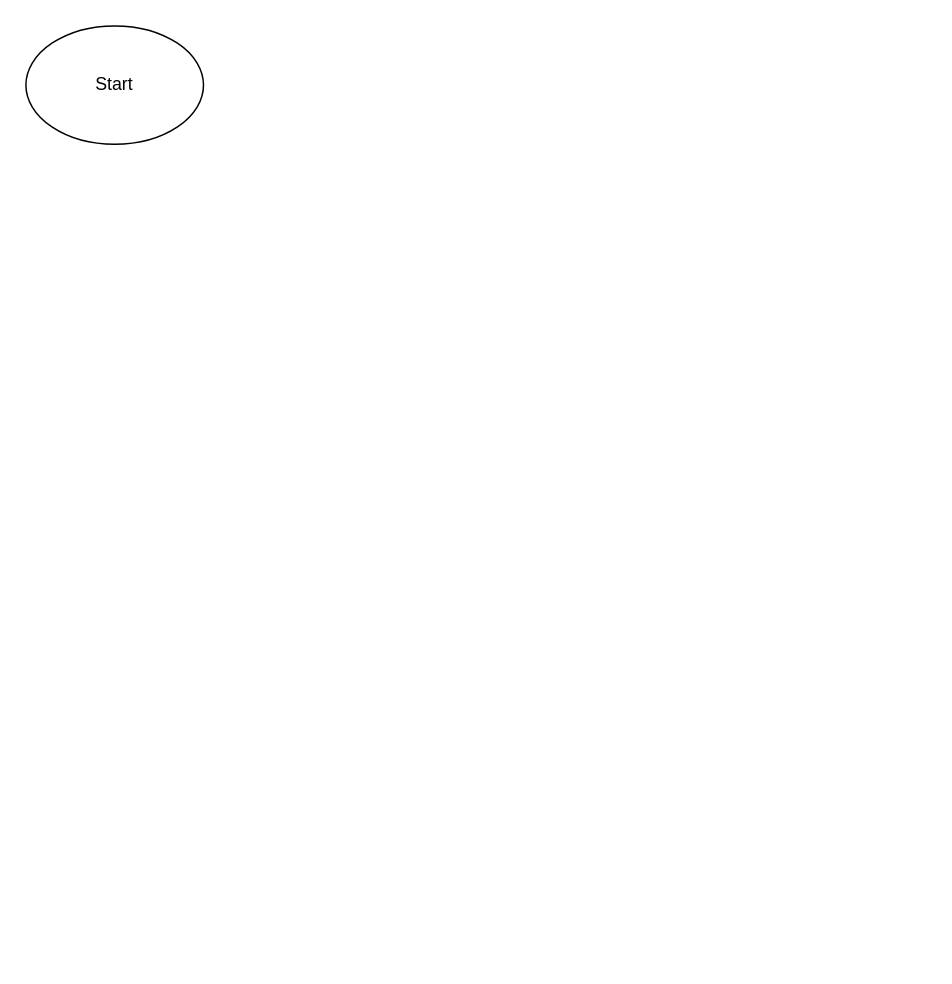
Above: SoftwareDesign.drawio in AveryChiu64/GraphingRobot (draw.io), before the change. Source tidied: cells renumbered, new cells numbered last; positions are measured from the earlier drawing's top-left corner, leaving out a move shared by most shapes. Both pictures are drawn from the tidied source at 148%, with x=0, y=0 at pixel (25, 25).
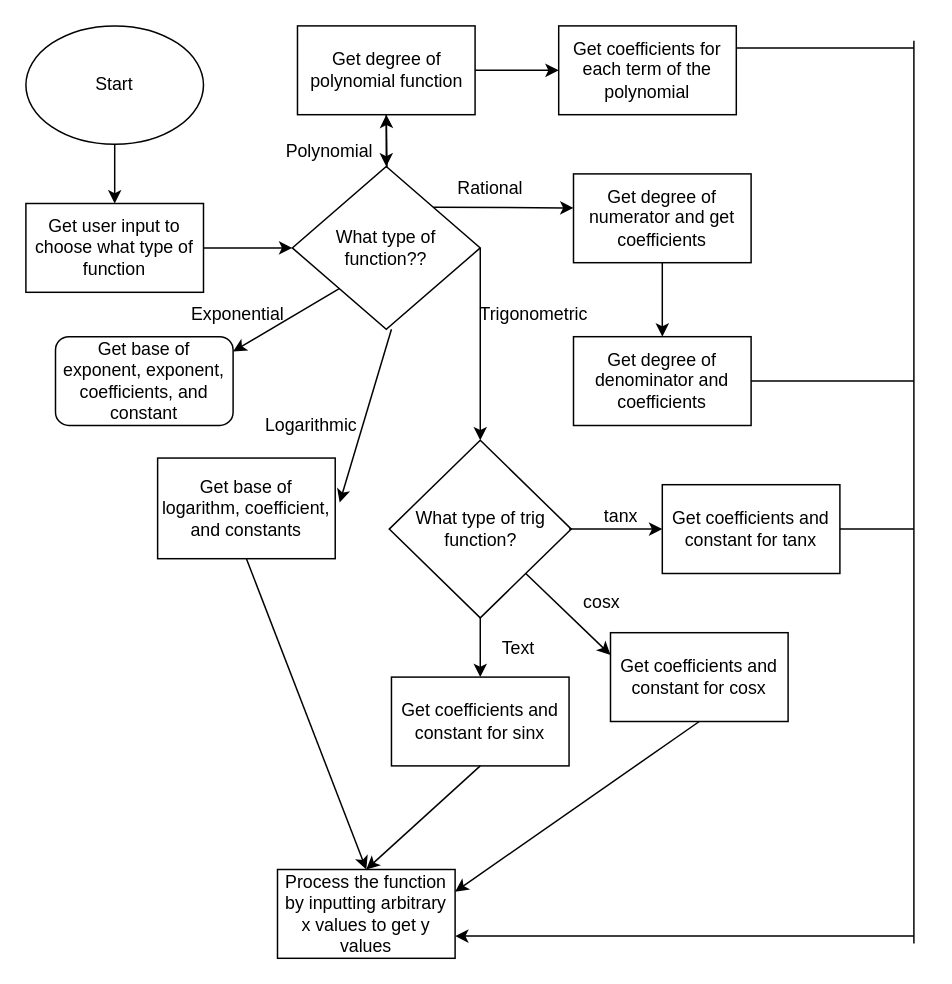
The same page after the edit.

The change refers to these unchanged cells:
```xml
<mxCell id="2" value="Start" style="ellipse;whiteSpace=wrap;html=1;" parent="1" vertex="1">
  <mxGeometry width="120" height="80" as="geometry" />
</mxCell>
```

What changed in the source:
```diff
@@
+    <mxCell id="3" style="endArrow=classic;html=1;exitX=0.5;exitY=1;exitDx=0;exitDy=0;entryX=0.5;entryY=0;entryDx=0;entryDy=0;" parent="1" edge="1" source="2">
+      <mxGeometry relative="1" as="geometry">
+        <mxPoint x="60" y="120" as="targetPoint" />
+      </mxGeometry>
+    </mxCell>
+    <mxCell id="4" value="Get user input to choose what type of function" style="rounded=0;whiteSpace=wrap;html=1;" parent="1" vertex="1">
+      <mxGeometry y="120" width="120" height="60" as="geometry" />
+    </mxCell>
+    <mxCell id="5" value="What type of function??" style="rhombus;whiteSpace=wrap;html=1;" parent="1" vertex="1">
+      <mxGeometry x="180" y="95" width="127" height="110" as="geometry" />
+    </mxCell>
+    <mxCell id="6" style="endArrow=classic;html=1;entryX=0;entryY=0.5;entryDx=0;entryDy=0;" parent="1" edge="1" target="5">
+      <mxGeometry relative="1" as="geometry">
+        <mxPoint x="120" y="150" as="sourcePoint" />
+      </mxGeometry>
+    </mxCell>
+    <mxCell id="7" style="edgeStyle=orthogonalEdgeStyle;rounded=0;jettySize=auto;html=1;" parent="1" edge="1" source="8" target="5">
+      <mxGeometry relative="1" as="geometry" />
+    </mxCell>
+    <mxCell id="8" value="Get degree of polynomial function" style="rounded=0;whiteSpace=wrap;html=1;" parent="1" vertex="1">
+      <mxGeometry x="183.5" width="120" height="60" as="geometry" />
+    </mxCell>
+    <mxCell id="9" style="endArrow=classic;html=1;entryX=0.5;entryY=1;entryDx=0;entryDy=0;" parent="1" edge="1" target="8">
+      <mxGeometry relative="1" as="geometry">
+        <mxPoint x="244" y="96" as="sourcePoint" />
+      </mxGeometry>
+    </mxCell>
+    <mxCell id="10" style="endArrow=classic;html=1;exitX=1;exitY=0;exitDx=0;exitDy=0;" parent="1" edge="1" source="5">
+      <mxGeometry relative="1" as="geometry">
+        <mxPoint x="370" y="123" as="targetPoint" />
+      </mxGeometry>
+    </mxCell>
+    <mxCell id="11" style="endArrow=classic;html=1;exitX=1;exitY=0.5;exitDx=0;exitDy=0;" parent="1" edge="1" source="8">
+      <mxGeometry relative="1" as="geometry">
+        <mxPoint x="360" y="30" as="targetPoint" />
+      </mxGeometry>
+    </mxCell>
+    <mxCell id="12" value="Get coefficients for each term of the polynomial" style="rounded=0;whiteSpace=wrap;html=1;" parent="1" vertex="1">
+      <mxGeometry x="360" width="120" height="60" as="geometry" />
+    </mxCell>
+    <mxCell id="13" value="Polynomial" style="text;html=1;align=left;verticalAlign=top;spacingTop=-4;" parent="1" vertex="1">
+      <mxGeometry x="173.5" y="75" width="70" height="20" as="geometry" />
+    </mxCell>
+    <mxCell id="14" value="Rational" style="text;html=1;align=left;verticalAlign=top;spacingTop=-4;" parent="1" vertex="1">
+      <mxGeometry x="290" y="100" width="60" height="20" as="geometry" />
+    </mxCell>
+    <mxCell id="15" value="Get degree of numerator and get coefficients" style="rounded=0;whiteSpace=wrap;html=1;" parent="1" vertex="1">
+      <mxGeometry x="370" y="100" width="120" height="60" as="geometry" />
+    </mxCell>
+    <mxCell id="16" style="endArrow=classic;html=1;exitX=0.5;exitY=1;exitDx=0;exitDy=0;" parent="1" edge="1" source="15">
+      <mxGeometry relative="1" as="geometry">
+        <mxPoint x="430" y="210" as="targetPoint" />
+      </mxGeometry>
+    </mxCell>
+    <mxCell id="17" value="Get degree of denominator and coefficients" style="rounded=0;whiteSpace=wrap;html=1;" parent="1" vertex="1">
+      <mxGeometry x="370" y="210" width="120" height="60" as="geometry" />
+    </mxCell>
+    <mxCell id="18" style="endArrow=classic;html=1;exitX=1;exitY=0.5;exitDx=0;exitDy=0;" parent="1" edge="1" source="5">
+      <mxGeometry relative="1" as="geometry">
+        <mxPoint x="307" y="280" as="targetPoint" />
+      </mxGeometry>
+    </mxCell>
+    <mxCell id="19" value="Trigonometric" style="text;html=1;align=left;verticalAlign=top;spacingTop=-4;" parent="1" vertex="1">
+      <mxGeometry x="305" y="185" width="90" height="20" as="geometry" />
+    </mxCell>
+    <mxCell id="20" value="What type of trig function?" style="rhombus;whiteSpace=wrap;html=1;" parent="1" vertex="1">
+      <mxGeometry x="245.5" y="280" width="123" height="120" as="geometry" />
+    </mxCell>
+    <mxCell id="21" style="endArrow=classic;html=1;exitX=0.5;exitY=1;exitDx=0;exitDy=0;" parent="1" edge="1" source="20">
+      <mxGeometry relative="1" as="geometry">
+        <mxPoint x="307" y="440" as="targetPoint" />
+      </mxGeometry>
+    </mxCell>
+    <mxCell id="22" value="Get coefficients and constant for sinx" style="rounded=0;whiteSpace=wrap;html=1;" parent="1" vertex="1">
+      <mxGeometry x="247" y="440" width="120" height="60" as="geometry" />
+    </mxCell>
+    <mxCell id="23" value="Get coefficients and constant for cosx" style="rounded=0;whiteSpace=wrap;html=1;" parent="1" vertex="1">
+      <mxGeometry x="395" y="410" width="120" height="60" as="geometry" />
+    </mxCell>
+    <mxCell id="24" value="&lt;span style=&quot;white-space: normal&quot;&gt;Get coefficients and constant for tanx&lt;/span&gt;" style="rounded=0;whiteSpace=wrap;html=1;" parent="1" vertex="1">
+      <mxGeometry x="430" y="310" width="120" height="60" as="geometry" />
+    </mxCell>
+    <mxCell id="25" style="endArrow=classic;html=1;exitX=1;exitY=1;exitDx=0;exitDy=0;entryX=0;entryY=0.25;entryDx=0;entryDy=0;" parent="1" edge="1" source="20" target="23">
+      <mxGeometry relative="1" as="geometry" />
+    </mxCell>
+    <mxCell id="26" style="endArrow=classic;html=1;entryX=0;entryY=0.5;entryDx=0;entryDy=0;" parent="1" edge="1" target="24">
+      <mxGeometry relative="1" as="geometry">
+        <mxPoint x="367" y="340" as="sourcePoint" />
+      </mxGeometry>
+    </mxCell>
+    <mxCell id="27" value="tanx" style="text;html=1;align=left;verticalAlign=top;spacingTop=-4;" parent="1" vertex="1">
+      <mxGeometry x="389" y="322" width="40" height="20" as="geometry" />
+    </mxCell>
+    <mxCell id="28" value="cosx&lt;br&gt;" style="text;html=1;align=left;verticalAlign=top;spacingTop=-4;" parent="1" vertex="1">
+      <mxGeometry x="375" y="380" width="40" height="20" as="geometry" />
+    </mxCell>
+    <mxCell id="29" value="Text" style="text;html=1;align=left;verticalAlign=top;spacingTop=-4;" parent="1" vertex="1">
+      <mxGeometry x="320" y="411" width="40" height="20" as="geometry" />
+    </mxCell>
+    <mxCell id="30" value="Get base of logarithm, coefficient, and constants" style="rounded=0;whiteSpace=wrap;html=1;" parent="1" vertex="1">
+      <mxGeometry x="89" y="292" width="120" height="68" as="geometry" />
+    </mxCell>
+    <mxCell id="31" style="endArrow=classic;html=1;exitX=0.5;exitY=1;exitDx=0;exitDy=0;entryX=1;entryY=0.5;entryDx=0;entryDy=0;" parent="1" edge="1">
+      <mxGeometry relative="1" as="geometry">
+        <mxPoint x="247" y="205" as="sourcePoint" />
+        <mxPoint x="212" y="322" as="targetPoint" />
+      </mxGeometry>
+    </mxCell>
+    <mxCell id="32" value="Logarithmic" style="text;html=1;align=left;verticalAlign=top;spacingTop=-4;" parent="1" vertex="1">
+      <mxGeometry x="160" y="260" width="80" height="20" as="geometry" />
+    </mxCell>
+    <mxCell id="33" style="endArrow=classic;html=1;exitX=0;exitY=1;exitDx=0;exitDy=0;" parent="1" edge="1" source="5">
+      <mxGeometry relative="1" as="geometry">
+        <mxPoint x="140" y="220" as="targetPoint" />
+      </mxGeometry>
+    </mxCell>
+    <mxCell id="34" value="Get base of exponent, exponent, coefficients, and constant" style="rounded=1;whiteSpace=wrap;html=1;" parent="1" vertex="1">
+      <mxGeometry x="20" y="210" width="120" height="60" as="geometry" />
+    </mxCell>
+    <mxCell id="35" value="Exponential" style="text;html=1;align=left;verticalAlign=top;spacingTop=-4;" parent="1" vertex="1">
+      <mxGeometry x="110" y="185" width="80" height="20" as="geometry" />
+    </mxCell>
+    <mxCell id="36" value="Process the function by inputting arbitrary x values to get y values" style="rounded=0;whiteSpace=wrap;html=1;" parent="1" vertex="1">
+      <mxGeometry x="170" y="570" width="120" height="60" as="geometry" />
+    </mxCell>
+    <mxCell id="37" style="endArrow=classic;html=1;exitX=0.5;exitY=1;exitDx=0;exitDy=0;entryX=0.5;entryY=0;entryDx=0;entryDy=0;" parent="1" edge="1" source="30" target="36">
+      <mxGeometry relative="1" as="geometry" />
+    </mxCell>
+    <mxCell id="38" style="endArrow=classic;html=1;exitX=0.5;exitY=1;exitDx=0;exitDy=0;entryX=0.5;entryY=0;entryDx=0;entryDy=0;" parent="1" edge="1" source="22" target="36">
+      <mxGeometry relative="1" as="geometry" />
+    </mxCell>
+    <mxCell id="39" style="endArrow=classic;html=1;exitX=0.5;exitY=1;exitDx=0;exitDy=0;entryX=1;entryY=0.25;entryDx=0;entryDy=0;" parent="1" edge="1" source="23" target="36">
+      <mxGeometry relative="1" as="geometry" />
+    </mxCell>
+    <mxCell id="40" style="endArrow=classic;html=1;entryX=1;entryY=0.75;entryDx=0;entryDy=0;" parent="1" edge="1" target="36">
+      <mxGeometry relative="1" as="geometry">
+        <mxPoint x="600" y="615" as="sourcePoint" />
+      </mxGeometry>
+    </mxCell>
+    <mxCell id="41" style="endArrow=none;html=1;exitX=1;exitY=0.25;exitDx=0;exitDy=0;" parent="1" edge="1" source="12">
+      <mxGeometry relative="1" as="geometry">
+        <mxPoint x="600" y="15" as="targetPoint" />
+      </mxGeometry>
+    </mxCell>
+    <mxCell id="42" style="endArrow=none;html=1;exitX=1;exitY=0.5;exitDx=0;exitDy=0;" parent="1" edge="1" source="17">
+      <mxGeometry relative="1" as="geometry">
+        <mxPoint x="600" y="240" as="targetPoint" />
+      </mxGeometry>
+    </mxCell>
+    <mxCell id="43" style="endArrow=none;html=1;exitX=1;exitY=0.5;exitDx=0;exitDy=0;" parent="1" edge="1" source="24">
+      <mxGeometry relative="1" as="geometry">
+        <mxPoint x="600" y="340" as="targetPoint" />
+      </mxGeometry>
+    </mxCell>
+    <mxCell id="44" style="endArrow=none;html=1;" parent="1" edge="1">
+      <mxGeometry relative="1" as="geometry">
+        <mxPoint x="600" y="620" as="sourcePoint" />
+        <mxPoint x="600" y="10" as="targetPoint" />
+      </mxGeometry>
+    </mxCell>
```
